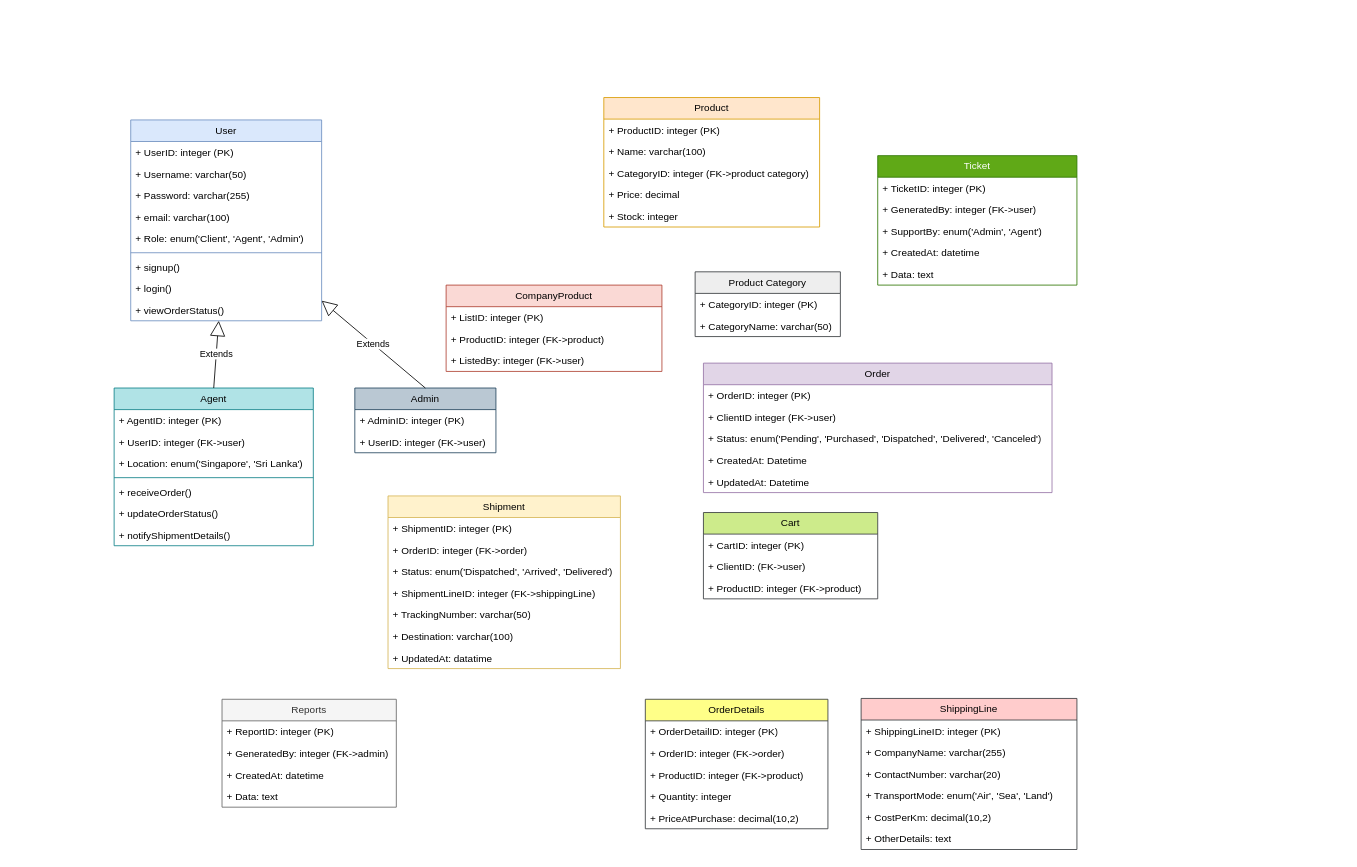
The draw.io diagram diagrams/UML-class-diagram.drawio in K-M-Shehan/software-design-docs, before the edit. Source tidied: cells renumbered, new cells numbered last; positions are measured from the earlier drawing's top-left corner, leaving out a move shared by most shapes. Both pictures are drawn from the tidied source at 83%, with x=0, y=0 at pixel (114, 97).
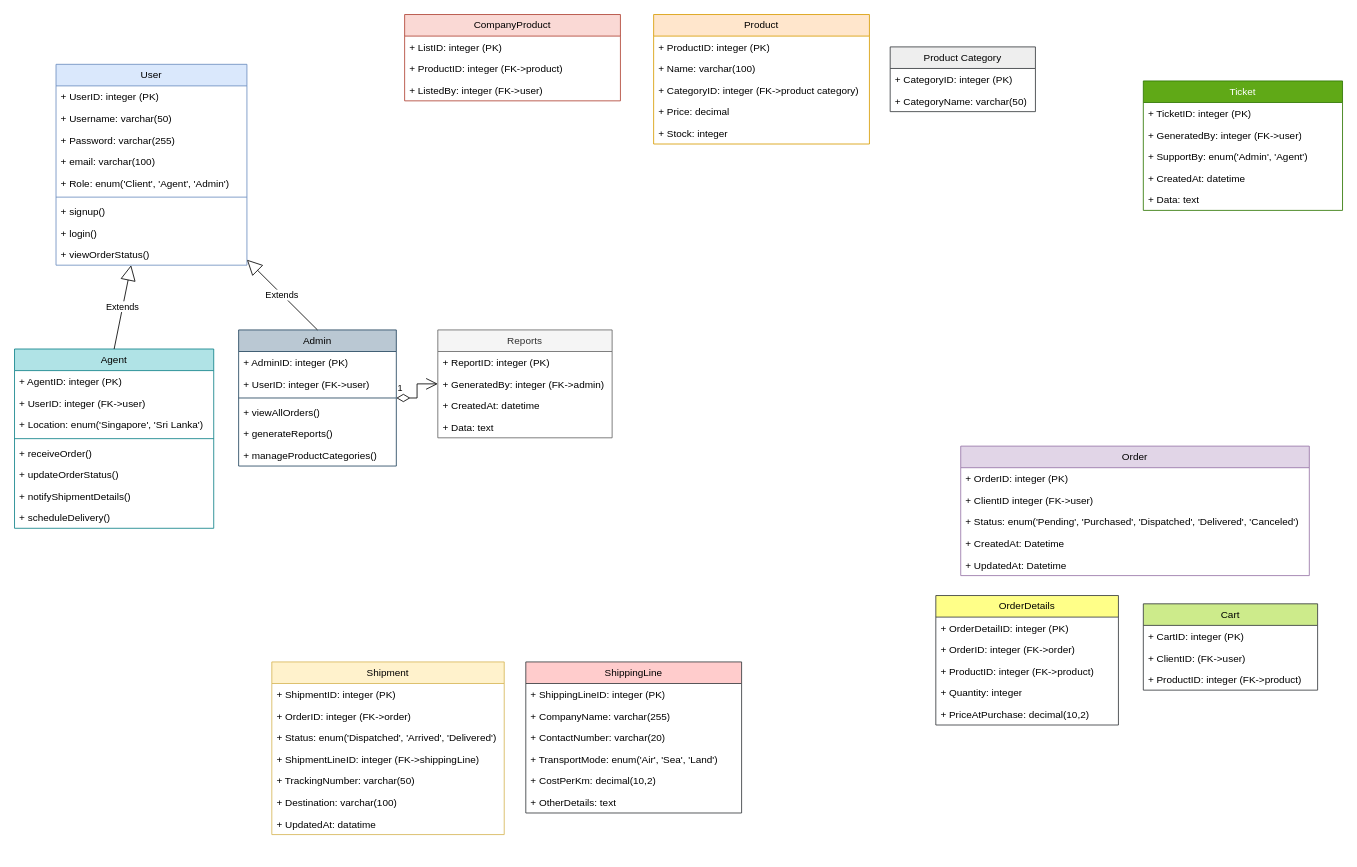
After the change.

Commit message:
separated relations to categories and made relationship between admin and reports

What changed in the source:
```diff
@@
     <mxCell id="2" value="User" style="swimlane;fontStyle=0;horizontal=1;startSize=26;fillColor=#dae8fc;whiteSpace=wrap;html=1;strokeColor=#6c8ebf;" parent="1" vertex="1">
-      <mxGeometry x="20" y="27" width="230" height="242" as="geometry" />
+      <mxGeometry x="-70" y="-40" width="230" height="242" as="geometry" />
     </mxCell>
@@
     <mxCell id="12" value="Order" style="swimlane;fontStyle=0;horizontal=1;startSize=26;fillColor=#e1d5e7;whiteSpace=wrap;html=1;strokeColor=#9673a6;" parent="1" vertex="1">
-      <mxGeometry x="710" y="320" width="420" height="156" as="geometry" />
+      <mxGeometry x="1020" y="420" width="420" height="156" as="geometry" />
     </mxCell>
@@
     <mxCell id="18" value="Product" style="swimlane;fontStyle=0;horizontal=1;startSize=26;fillColor=#ffe6cc;whiteSpace=wrap;html=1;strokeColor=#d79b00;" parent="1" vertex="1">
-      <mxGeometry x="590" width="260" height="156" as="geometry" />
+      <mxGeometry x="650" y="-100" width="260" height="156" as="geometry" />
     </mxCell>
@@
     <mxCell id="24" value="Product Category" style="swimlane;fontStyle=0;horizontal=1;startSize=26;fillColor=#eeeeee;whiteSpace=wrap;html=1;strokeColor=#36393d;" parent="1" vertex="1">
-      <mxGeometry x="700" y="210" width="175" height="78" as="geometry" />
+      <mxGeometry x="935" y="-61" width="175" height="78" as="geometry" />
     </mxCell>
@@
     <mxCell id="27" value="Shipment" style="swimlane;fontStyle=0;horizontal=1;startSize=26;fillColor=#fff2cc;whiteSpace=wrap;html=1;strokeColor=#d6b656;" parent="1" vertex="1">
-      <mxGeometry x="330" y="480" width="280" height="208" as="geometry" />
+      <mxGeometry x="190" y="680" width="280" height="208" as="geometry" />
     </mxCell>
@@
     <mxCell id="35" value="Agent" style="swimlane;fontStyle=0;horizontal=1;startSize=26;fillColor=#b0e3e6;whiteSpace=wrap;html=1;strokeColor=#0e8088;" parent="1" vertex="1">
-      <mxGeometry y="350" width="240" height="190" as="geometry" />
+      <mxGeometry x="-120" y="303" width="240" height="216" as="geometry" />
     </mxCell>
@@
+    <mxCell id="80" value="+ scheduleDelivery()" style="text;strokeColor=none;fillColor=none;align=left;verticalAlign=top;spacingLeft=4;spacingRight=4;overflow=hidden;whiteSpace=wrap;html=1;" parent="35" vertex="1">
+      <mxGeometry y="190" width="240" height="26" as="geometry" />
+    </mxCell>
     <mxCell id="43" value="Admin" style="swimlane;fontStyle=0;horizontal=1;startSize=26;fillColor=#bac8d3;whiteSpace=wrap;html=1;strokeColor=#23445d;" parent="1" vertex="1">
-      <mxGeometry x="290" y="350" width="170" height="78" as="geometry" />
+      <mxGeometry x="150" y="280" width="190" height="164" as="geometry" />
     </mxCell>
     <mxCell id="44" value="+ AdminID: integer (PK)" style="text;strokeColor=none;fillColor=none;align=left;verticalAlign=top;spacingLeft=4;spacingRight=4;overflow=hidden;whiteSpace=wrap;html=1;" parent="43" vertex="1">
-      <mxGeometry y="26" width="170" height="26" as="geometry" />
+      <mxGeometry y="26" width="190" height="26" as="geometry" />
     </mxCell>
     <mxCell id="45" value="+ UserID: integer (FK-&amp;gt;user)" style="text;strokeColor=none;fillColor=none;align=left;verticalAlign=top;spacingLeft=4;spacingRight=4;overflow=hidden;whiteSpace=wrap;html=1;" parent="43" vertex="1">
-      <mxGeometry y="52" width="170" height="26" as="geometry" />
+      <mxGeometry y="52" width="190" height="26" as="geometry" />
     </mxCell>
+    <mxCell id="81" style="line;strokeWidth=1;fillColor=none;align=left;verticalAlign=middle;spacingTop=-1;spacingLeft=3;spacingRight=3;labelPosition=right;strokeColor=inherit;" parent="43" vertex="1">
+      <mxGeometry y="78" width="190" height="8" as="geometry" />
+    </mxCell>
+    <mxCell id="82" value="+ viewAllOrders()" style="text;strokeColor=none;fillColor=none;align=left;verticalAlign=top;spacingLeft=4;spacingRight=4;overflow=hidden;whiteSpace=wrap;html=1;" parent="43" vertex="1">
+      <mxGeometry y="86" width="190" height="26" as="geometry" />
+    </mxCell>
+    <mxCell id="83" value="+ generateReports()" style="text;strokeColor=none;fillColor=none;align=left;verticalAlign=top;spacingLeft=4;spacingRight=4;overflow=hidden;whiteSpace=wrap;html=1;" parent="43" vertex="1">
+      <mxGeometry y="112" width="190" height="26" as="geometry" />
+    </mxCell>
+    <mxCell id="84" value="+ manageProductCategories()" style="text;strokeColor=none;fillColor=none;align=left;verticalAlign=top;spacingLeft=4;spacingRight=4;overflow=hidden;whiteSpace=wrap;html=1;" parent="43" vertex="1">
+      <mxGeometry y="138" width="190" height="26" as="geometry" />
+    </mxCell>
     <mxCell id="46" value="Reports" style="swimlane;fontStyle=0;horizontal=1;startSize=26;fillColor=#f5f5f5;whiteSpace=wrap;html=1;fontColor=#333333;strokeColor=#666666;" parent="1" vertex="1">
-      <mxGeometry x="130" y="725" width="210" height="130" as="geometry" />
+      <mxGeometry x="390" y="280" width="210" height="130" as="geometry" />
     </mxCell>
@@
     <mxCell id="51" value="CompanyProduct" style="swimlane;fontStyle=0;horizontal=1;startSize=26;fillColor=#fad9d5;whiteSpace=wrap;html=1;strokeColor=#ae4132;" parent="1" vertex="1">
-      <mxGeometry x="400" y="226" width="260" height="104" as="geometry" />
+      <mxGeometry x="350" y="-100" width="260" height="104" as="geometry" />
     </mxCell>
@@
     <mxCell id="55" value="Cart" style="swimlane;fontStyle=0;horizontal=1;startSize=26;fillColor=#cdeb8b;whiteSpace=wrap;html=1;strokeColor=#36393d;" parent="1" vertex="1">
-      <mxGeometry x="710" y="500" width="210" height="104" as="geometry" />
+      <mxGeometry x="1240" y="610" width="210" height="104" as="geometry" />
     </mxCell>
@@
     <mxCell id="59" value="OrderDetails" style="swimlane;fontStyle=0;horizontal=1;startSize=26;fillColor=#ffff88;whiteSpace=wrap;html=1;strokeColor=#36393d;" parent="1" vertex="1">
-      <mxGeometry x="640" y="725" width="220" height="156" as="geometry" />
+      <mxGeometry x="990" y="600" width="220" height="156" as="geometry" />
     </mxCell>
@@
     <mxCell id="65" value="ShippingLine" style="swimlane;fontStyle=0;horizontal=1;startSize=26;fillColor=#ffcccc;whiteSpace=wrap;html=1;strokeColor=#36393d;" parent="1" vertex="1">
-      <mxGeometry x="900" y="724" width="260" height="182" as="geometry" />
+      <mxGeometry x="496" y="680" width="260" height="182" as="geometry" />
     </mxCell>
@@
     <mxCell id="72" value="Ticket" style="swimlane;fontStyle=0;horizontal=1;startSize=26;fillColor=#60a917;whiteSpace=wrap;html=1;strokeColor=#2D7600;fontColor=#ffffff;" parent="1" vertex="1">
-      <mxGeometry x="920" y="70" width="240" height="156" as="geometry" />
+      <mxGeometry x="1240" y="-20" width="240" height="156" as="geometry" />
     </mxCell>
@@
+    <mxCell id="85" value="1" style="endArrow=open;html=1;endSize=12;startArrow=diamondThin;startSize=14;startFill=0;edgeStyle=orthogonalEdgeStyle;align=left;verticalAlign=bottom;rounded=0;" parent="1" edge="1" source="43" target="46">
+      <mxGeometry x="-1" y="3" relative="1" as="geometry" />
+    </mxCell>
```
